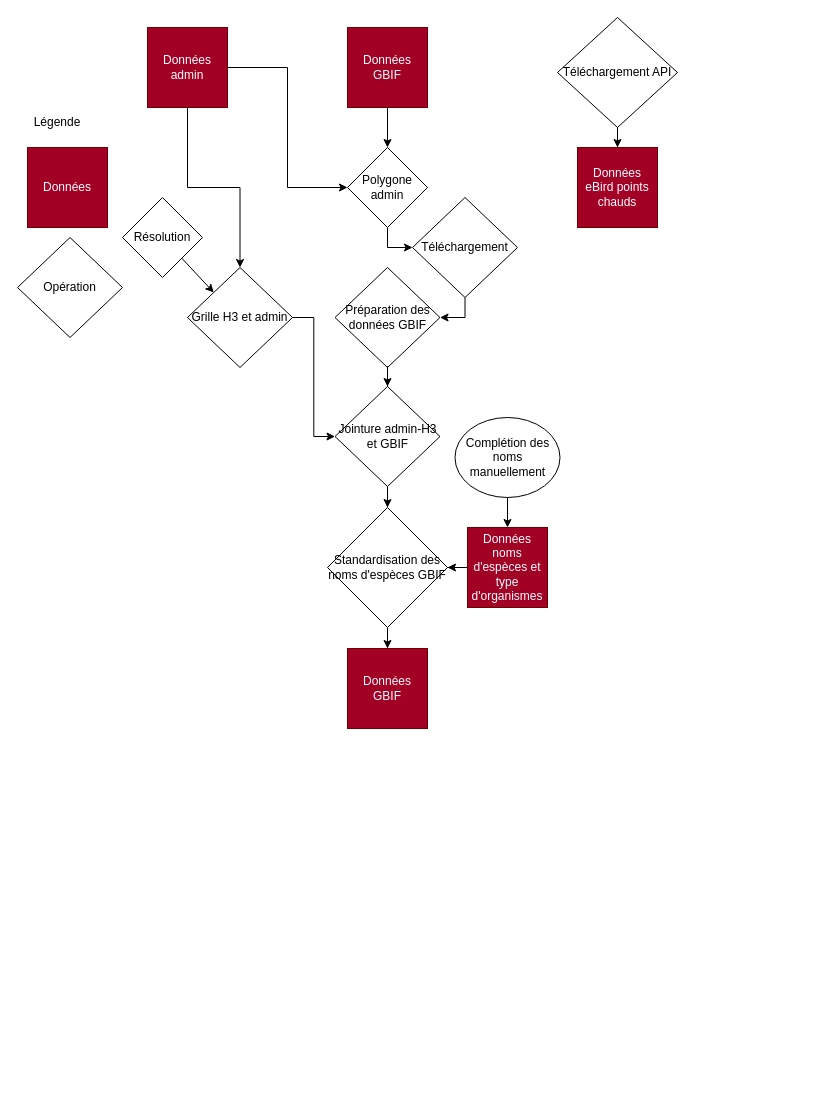
beausoleilmo/Guide_biodiv_QC keeps this draw.io diagram as pipeline_analyse.drawio. Above is the earlier version. Source tidied: cells renumbered, new cells numbered last; positions are measured from the earlier drawing's top-left corner, leaving out a move shared by most shapes. Both pictures are drawn from the tidied source at 100%, with x=0, y=0 at pixel (17, 17).
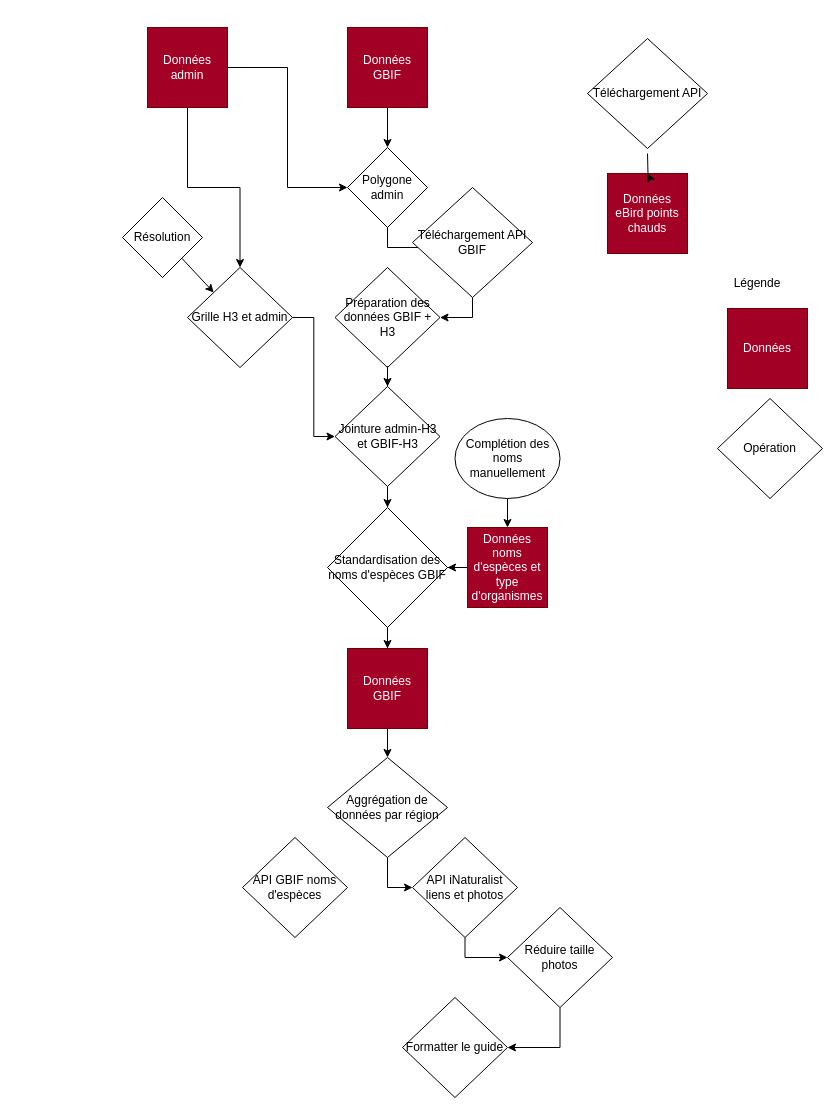
Above is the later version.

The change refers to these unchanged cells:
```xml
<mxCell id="18" value="Données GBIF" style="whiteSpace=wrap;html=1;fillColor=#a20025;fontColor=#ffffff;strokeColor=#6F0000;" parent="1" vertex="1">
  <mxGeometry x="330" y="631" width="80" height="80" as="geometry" />
</mxCell>
```

Diff of the diagram source:
```diff
@@
     <mxCell id="2" value="Données" style="whiteSpace=wrap;html=1;fillColor=#a20025;fontColor=#ffffff;strokeColor=#6F0000;" parent="1" vertex="1">
-      <mxGeometry x="10" y="130" width="80" height="80" as="geometry" />
+      <mxGeometry x="710" y="291" width="80" height="80" as="geometry" />
     </mxCell>
     <mxCell id="3" value="Légende" style="text;html=1;whiteSpace=wrap;strokeColor=none;fillColor=none;align=center;verticalAlign=middle;rounded=0;" parent="1" vertex="1">
-      <mxGeometry x="10" y="90" width="60" height="30" as="geometry" />
+      <mxGeometry x="710" y="251" width="60" height="30" as="geometry" />
     </mxCell>
@@
-    <mxCell id="12" value="Téléchargement" style="rhombus;whiteSpace=wrap;html=1;shapeInside=1;" parent="1" vertex="1">
-      <mxGeometry x="395" y="180" width="105" height="100" as="geometry" />
+    <mxCell id="12" value="Téléchargement API GBIF" style="rhombus;whiteSpace=wrap;html=1;shapeInside=1;" parent="1" vertex="1">
+      <mxGeometry x="395" y="170" width="120" height="110" as="geometry" />
     </mxCell>
@@
-    <mxCell id="14" value="Préparation des données GBIF" style="rhombus;whiteSpace=wrap;html=1;shapeInside=1;" parent="1" vertex="1">
+    <mxCell id="14" value="Préparation des données GBIF + H3" style="rhombus;whiteSpace=wrap;html=1;shapeInside=1;" parent="1" vertex="1">
       <mxGeometry x="317.5" y="250" width="105" height="100" as="geometry" />
     </mxCell>
     <mxCell id="15" value="Données eBird points chauds" style="whiteSpace=wrap;html=1;fillColor=#a20025;fontColor=#ffffff;strokeColor=#6F0000;" parent="1" vertex="1">
-      <mxGeometry x="560" y="130" width="80" height="80" as="geometry" />
+      <mxGeometry x="590" y="156" width="80" height="80" as="geometry" />
     </mxCell>
@@
+    <mxCell id="32" style="edgeStyle=orthogonalEdgeStyle;rounded=0;jettySize=auto;html=1;entryX=0.5;entryY=0;entryDx=0;entryDy=0;" parent="1" edge="1" source="18" target="34">
+      <mxGeometry relative="1" as="geometry" />
+    </mxCell>
@@
-    <mxCell id="20" value="Jointure admin-H3 et GBIF" style="rhombus;whiteSpace=wrap;html=1;shapeInside=1;" parent="1" vertex="1">
+    <mxCell id="20" value="Jointure admin-H3 et GBIF-H3" style="rhombus;whiteSpace=wrap;html=1;shapeInside=1;" parent="1" vertex="1">
       <mxGeometry x="317.5" y="369" width="105" height="100" as="geometry" />
     </mxCell>
     <mxCell id="21" value="Opération" style="rhombus;whiteSpace=wrap;html=1;shapeInside=1;" parent="1" vertex="1">
-      <mxGeometry y="220" width="105" height="100" as="geometry" />
+      <mxGeometry x="700" y="381" width="105" height="100" as="geometry" />
     </mxCell>
-    <mxCell id="22" style="edgeStyle=orthogonalEdgeStyle;rounded=0;jettySize=auto;html=1;" parent="1" edge="1" source="23" target="15">
-      <mxGeometry relative="1" as="geometry" />
+    <mxCell id="22" style="edgeStyle=orthogonalEdgeStyle;rounded=0;jettySize=auto;html=1;" parent="1" edge="1" target="15">
+      <mxGeometry relative="1" as="geometry">
+        <mxPoint x="630" y="136" as="sourcePoint" />
+      </mxGeometry>
     </mxCell>
     <mxCell id="23" value="Téléchargement API" style="rhombus;whiteSpace=wrap;html=1;shapeInside=1;" parent="1" vertex="1">
-      <mxGeometry x="540" width="120" height="110" as="geometry" />
+      <mxGeometry x="570" y="21" width="120" height="110" as="geometry" />
     </mxCell>
@@
     <mxCell id="31" value="Complétion des noms manuellement" style="ellipse;whiteSpace=wrap;html=1;shapeInside=1;" parent="1" vertex="1">
-      <mxGeometry x="437.5" y="400" width="105" height="80" as="geometry" />
+      <mxGeometry x="437.5" y="401" width="105" height="80" as="geometry" />
     </mxCell>
+    <mxCell id="33" style="edgeStyle=orthogonalEdgeStyle;rounded=0;jettySize=auto;html=1;entryX=0;entryY=0.5;entryDx=0;entryDy=0;" parent="1" edge="1" source="34" target="36">
+      <mxGeometry relative="1" as="geometry" />
+    </mxCell>
+    <mxCell id="34" value="Aggrégation de données par région" style="rhombus;whiteSpace=wrap;html=1;shapeInside=1;" parent="1" vertex="1">
+      <mxGeometry x="310" y="740" width="120" height="100" as="geometry" />
+    </mxCell>
+    <mxCell id="35" style="edgeStyle=orthogonalEdgeStyle;rounded=0;jettySize=auto;html=1;entryX=0;entryY=0.5;entryDx=0;entryDy=0;" parent="1" edge="1" source="36" target="39">
+      <mxGeometry relative="1" as="geometry" />
+    </mxCell>
+    <mxCell id="36" value="API iNaturalist liens et photos" style="rhombus;whiteSpace=wrap;html=1;shapeInside=1;" parent="1" vertex="1">
+      <mxGeometry x="395" y="820" width="105" height="100" as="geometry" />
+    </mxCell>
+    <mxCell id="37" value="API GBIF noms d'espèces" style="rhombus;whiteSpace=wrap;html=1;shapeInside=1;" parent="1" vertex="1">
+      <mxGeometry x="225" y="820" width="105" height="100" as="geometry" />
+    </mxCell>
+    <mxCell id="38" style="edgeStyle=orthogonalEdgeStyle;rounded=0;jettySize=auto;html=1;entryX=1;entryY=0.5;entryDx=0;entryDy=0;" parent="1" edge="1" source="39" target="40">
+      <mxGeometry relative="1" as="geometry" />
+    </mxCell>
+    <mxCell id="39" value="Réduire taille photos" style="rhombus;whiteSpace=wrap;html=1;shapeInside=1;" parent="1" vertex="1">
+      <mxGeometry x="490" y="890" width="105" height="100" as="geometry" />
+    </mxCell>
+    <mxCell id="40" value="Formatter le guide" style="rhombus;whiteSpace=wrap;html=1;shapeInside=1;" parent="1" vertex="1">
+      <mxGeometry x="385" y="980" width="105" height="100" as="geometry" />
+    </mxCell>
```
